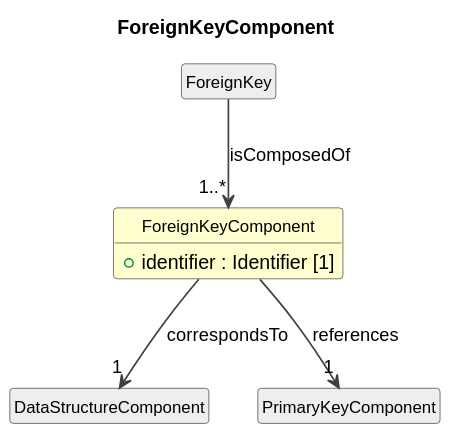
Before: cdif-uml-model/CDIFDataStructure/Classes/ForeignKeyComponent.svg, a diagram exported from PlantUML (Cross-Domain-Interoperability-Framework/metadataBuildingBlocks).
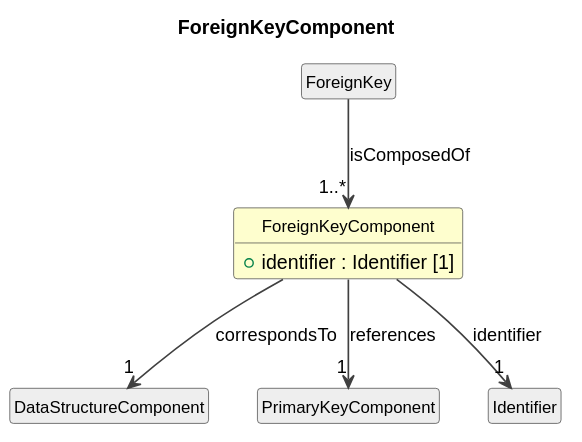
Later version of the same file.

Change to the diagram source:
```diff
@@ -19,4 +19,6 @@
 ForeignKeyComponent --> "1" DataStructureComponent : correspondsTo
 class "PrimaryKeyComponent" as PrimaryKeyComponent #EEEEEE
 ForeignKeyComponent --> "1" PrimaryKeyComponent : references
+class "Identifier" as Identifier #EEEEEE
+ForeignKeyComponent --> "1" Identifier : identifier
 @enduml
```
